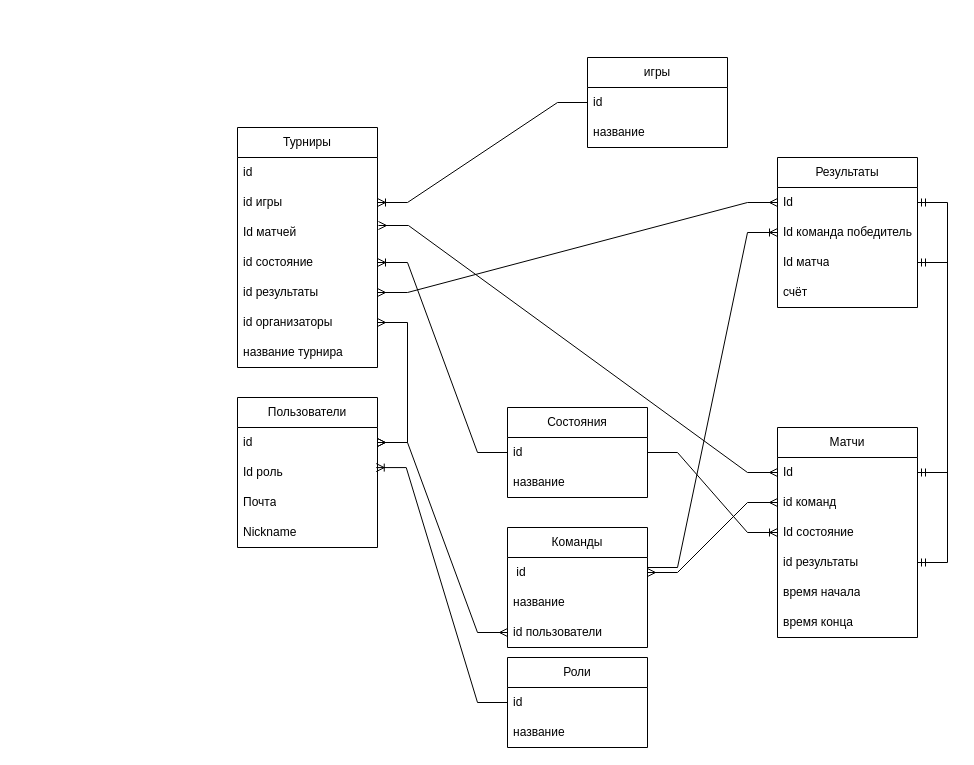
This is backend/architecture_db_hahaton.drawio from Probe1st/hahaton-project, a draw.io file, before an edit. Source tidied: cells renumbered, new cells numbered last; positions are measured from the earlier drawing's top-left corner, leaving out a move shared by most shapes. Both pictures are drawn from the tidied source at 100%, with x=0, y=0 at pixel (27, 57).
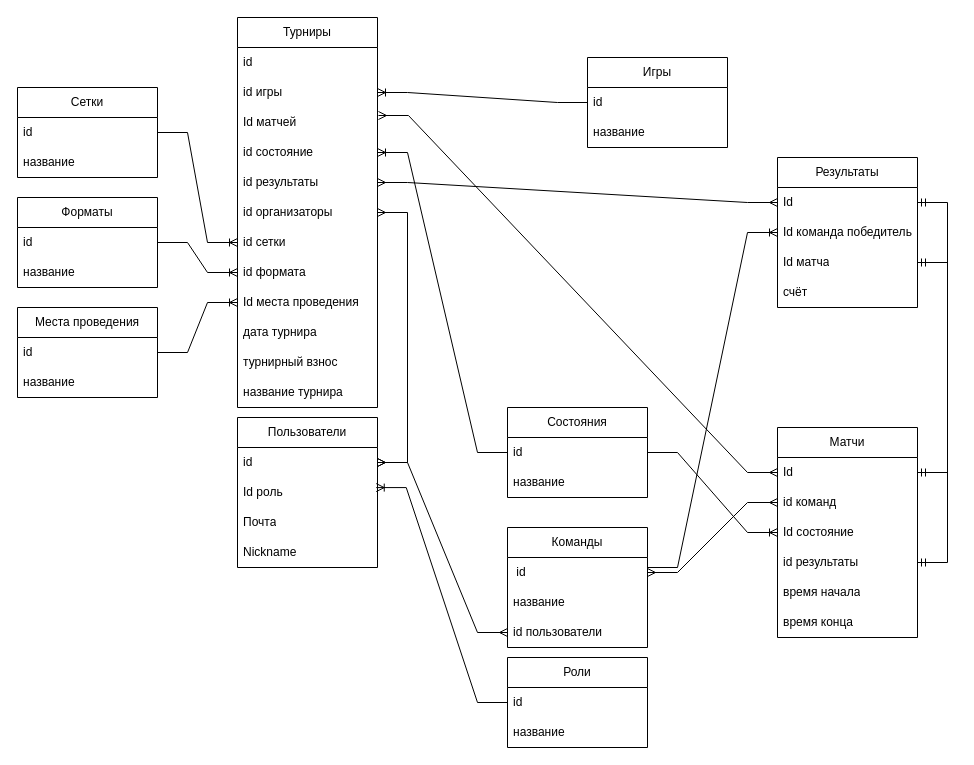
Above is the later version.

What changed in the source:
```diff
@@
     <mxCell id="2" value="Пользователи" style="swimlane;fontStyle=0;horizontal=1;startSize=30;whiteSpace=wrap;html=1;" parent="1" vertex="1">
-      <mxGeometry x="210" y="340" width="140" height="150" as="geometry" />
+      <mxGeometry x="210" y="360" width="140" height="150" as="geometry" />
     </mxCell>
@@
     <mxCell id="27" value="Турниры" style="swimlane;fontStyle=0;horizontal=1;startSize=30;whiteSpace=wrap;html=1;" parent="1" vertex="1">
-      <mxGeometry x="210" y="70" width="140" height="240" as="geometry" />
+      <mxGeometry x="210" y="-40" width="140" height="390" as="geometry" />
     </mxCell>
@@
+    <mxCell id="52" value="id сетки" style="text;strokeColor=none;fillColor=none;align=left;verticalAlign=middle;spacingLeft=4;spacingRight=4;overflow=hidden;points=[[0,0.5],[1,0.5]];portConstraint=eastwest;whiteSpace=wrap;html=1;" parent="27" vertex="1">
+      <mxGeometry y="210" width="140" height="30" as="geometry" />
+    </mxCell>
+    <mxCell id="53" value="id формата" style="text;strokeColor=none;fillColor=none;align=left;verticalAlign=middle;spacingLeft=4;spacingRight=4;overflow=hidden;points=[[0,0.5],[1,0.5]];portConstraint=eastwest;whiteSpace=wrap;html=1;" parent="27" vertex="1">
+      <mxGeometry y="240" width="140" height="30" as="geometry" />
+    </mxCell>
+    <mxCell id="54" value="Id места проведения" style="text;strokeColor=none;fillColor=none;align=left;verticalAlign=middle;spacingLeft=4;spacingRight=4;overflow=hidden;points=[[0,0.5],[1,0.5]];portConstraint=eastwest;whiteSpace=wrap;html=1;" parent="27" vertex="1">
+      <mxGeometry y="270" width="140" height="30" as="geometry" />
+    </mxCell>
+    <mxCell id="55" value="дата турнира" style="text;strokeColor=none;fillColor=none;align=left;verticalAlign=middle;spacingLeft=4;spacingRight=4;overflow=hidden;whiteSpace=wrap;html=1;" parent="27" vertex="1">
+      <mxGeometry y="300" width="140" height="30" as="geometry" />
+    </mxCell>
+    <mxCell id="56" value="турнирный взнос" style="text;strokeColor=none;fillColor=none;align=left;verticalAlign=middle;spacingLeft=4;spacingRight=4;overflow=hidden;whiteSpace=wrap;html=1;" parent="27" vertex="1">
+      <mxGeometry y="330" width="140" height="30" as="geometry" />
+    </mxCell>
     <mxCell id="34" value="название турнира" style="text;strokeColor=none;fillColor=none;align=left;verticalAlign=middle;spacingLeft=4;spacingRight=4;overflow=hidden;whiteSpace=wrap;html=1;" parent="27" vertex="1">
-      <mxGeometry y="210" width="140" height="30" as="geometry" />
+      <mxGeometry y="360" width="140" height="30" as="geometry" />
     </mxCell>
@@
-    <mxCell id="44" value="игры" style="swimlane;fontStyle=0;horizontal=1;startSize=30;whiteSpace=wrap;html=1;" parent="1" vertex="1">
+    <mxCell id="44" value="Игры" style="swimlane;fontStyle=0;horizontal=1;startSize=30;whiteSpace=wrap;html=1;" parent="1" vertex="1">
       <mxGeometry x="560" width="140" height="90" as="geometry" />
     </mxCell>
@@
+    <mxCell id="57" value="Сетки" style="swimlane;fontStyle=0;horizontal=1;startSize=30;whiteSpace=wrap;html=1;" parent="1" vertex="1">
+      <mxGeometry x="-10" y="30" width="140" height="90" as="geometry" />
+    </mxCell>
+    <mxCell id="58" value="id" style="text;strokeColor=none;fillColor=none;align=left;verticalAlign=middle;spacingLeft=4;spacingRight=4;overflow=hidden;points=[[0,0.5],[1,0.5]];portConstraint=eastwest;whiteSpace=wrap;html=1;" parent="57" vertex="1">
+      <mxGeometry y="30" width="140" height="30" as="geometry" />
+    </mxCell>
+    <mxCell id="59" value="название" style="text;strokeColor=none;fillColor=none;align=left;verticalAlign=middle;spacingLeft=4;spacingRight=4;overflow=hidden;whiteSpace=wrap;html=1;" parent="57" vertex="1">
+      <mxGeometry y="60" width="140" height="30" as="geometry" />
+    </mxCell>
+    <mxCell id="60" style="edgeStyle=entityRelationEdgeStyle;fontSize=12;html=1;endArrow=ERoneToMany;rounded=0;entryX=0;entryY=0.5;entryDx=0;entryDy=0;exitX=1;exitY=0.5;exitDx=0;exitDy=0;" parent="1" edge="1" source="58" target="52">
+      <mxGeometry relative="1" as="geometry" />
+    </mxCell>
+    <mxCell id="61" value="Форматы" style="swimlane;fontStyle=0;horizontal=1;startSize=30;whiteSpace=wrap;html=1;" parent="1" vertex="1">
+      <mxGeometry x="-10" y="140" width="140" height="90" as="geometry" />
+    </mxCell>
+    <mxCell id="62" value="id" style="text;strokeColor=none;fillColor=none;align=left;verticalAlign=middle;spacingLeft=4;spacingRight=4;overflow=hidden;points=[[0,0.5],[1,0.5]];portConstraint=eastwest;whiteSpace=wrap;html=1;" parent="61" vertex="1">
+      <mxGeometry y="30" width="140" height="30" as="geometry" />
+    </mxCell>
+    <mxCell id="63" value="название" style="text;strokeColor=none;fillColor=none;align=left;verticalAlign=middle;spacingLeft=4;spacingRight=4;overflow=hidden;whiteSpace=wrap;html=1;" parent="61" vertex="1">
+      <mxGeometry y="60" width="140" height="30" as="geometry" />
+    </mxCell>
+    <mxCell id="64" style="edgeStyle=entityRelationEdgeStyle;fontSize=12;html=1;endArrow=ERoneToMany;rounded=0;entryX=0;entryY=0.5;entryDx=0;entryDy=0;exitX=1;exitY=0.5;exitDx=0;exitDy=0;" parent="1" edge="1" source="62" target="53">
+      <mxGeometry relative="1" as="geometry" />
+    </mxCell>
+    <mxCell id="65" value="Места проведения" style="swimlane;fontStyle=0;horizontal=1;startSize=30;whiteSpace=wrap;html=1;" parent="1" vertex="1">
+      <mxGeometry x="-10" y="250" width="140" height="90" as="geometry" />
+    </mxCell>
+    <mxCell id="66" value="id" style="text;strokeColor=none;fillColor=none;align=left;verticalAlign=middle;spacingLeft=4;spacingRight=4;overflow=hidden;points=[[0,0.5],[1,0.5]];portConstraint=eastwest;whiteSpace=wrap;html=1;" parent="65" vertex="1">
+      <mxGeometry y="30" width="140" height="30" as="geometry" />
+    </mxCell>
+    <mxCell id="67" value="название" style="text;strokeColor=none;fillColor=none;align=left;verticalAlign=middle;spacingLeft=4;spacingRight=4;overflow=hidden;whiteSpace=wrap;html=1;" parent="65" vertex="1">
+      <mxGeometry y="60" width="140" height="30" as="geometry" />
+    </mxCell>
+    <mxCell id="68" style="edgeStyle=entityRelationEdgeStyle;fontSize=12;html=1;endArrow=ERoneToMany;rounded=0;exitX=1;exitY=0.5;exitDx=0;exitDy=0;entryX=0;entryY=0.5;entryDx=0;entryDy=0;" parent="1" edge="1" source="66" target="54">
+      <mxGeometry relative="1" as="geometry" />
+    </mxCell>
```
